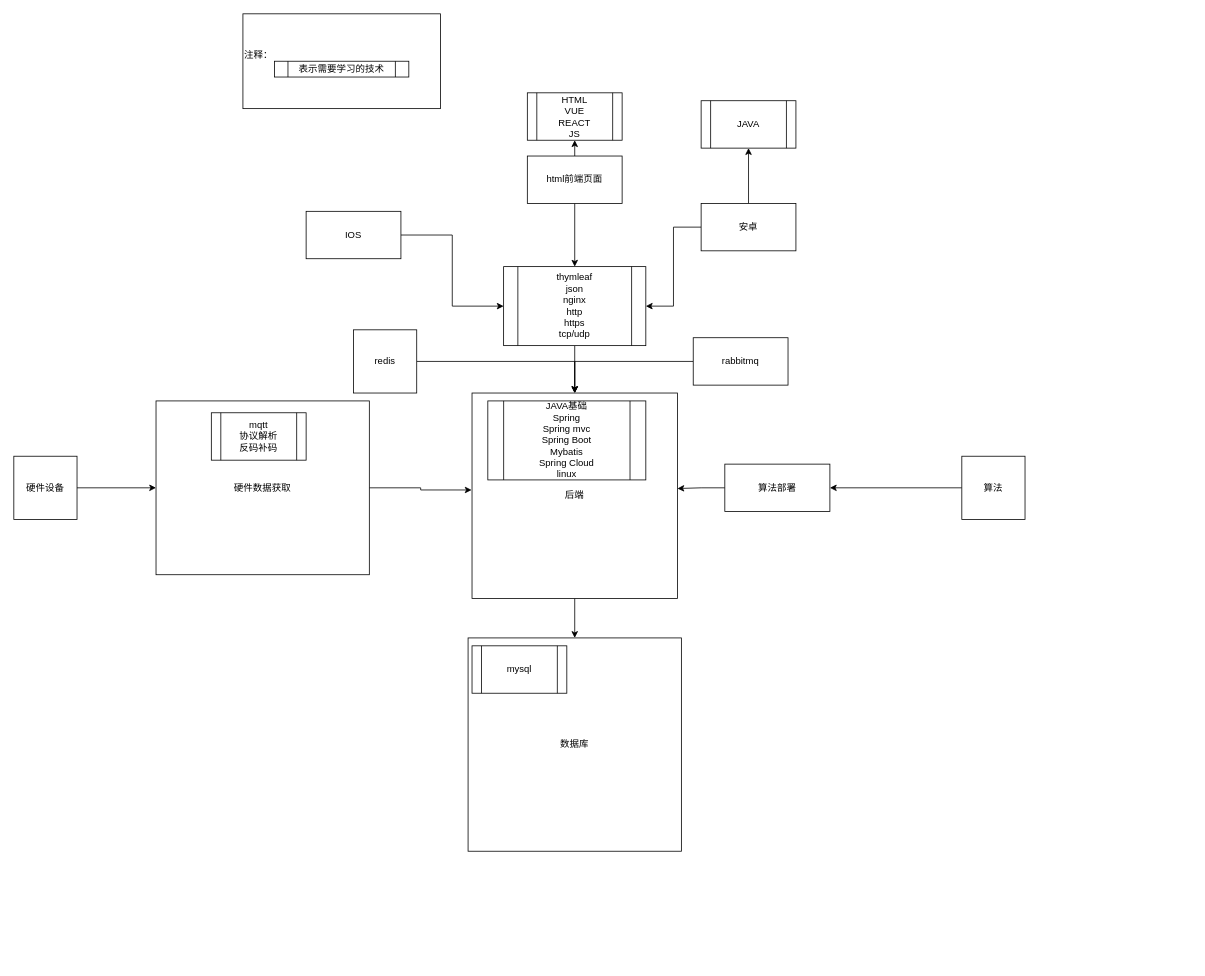
This is 知识架构.drawio from heibaike123/-, a draw.io file, before an edit. Source tidied: cells renumbered, new cells numbered last; positions are measured from the earlier drawing's top-left corner, leaving out a move shared by most shapes. Both pictures are drawn from the tidied source at 79%, with x=0, y=0 at pixel (13, 13).
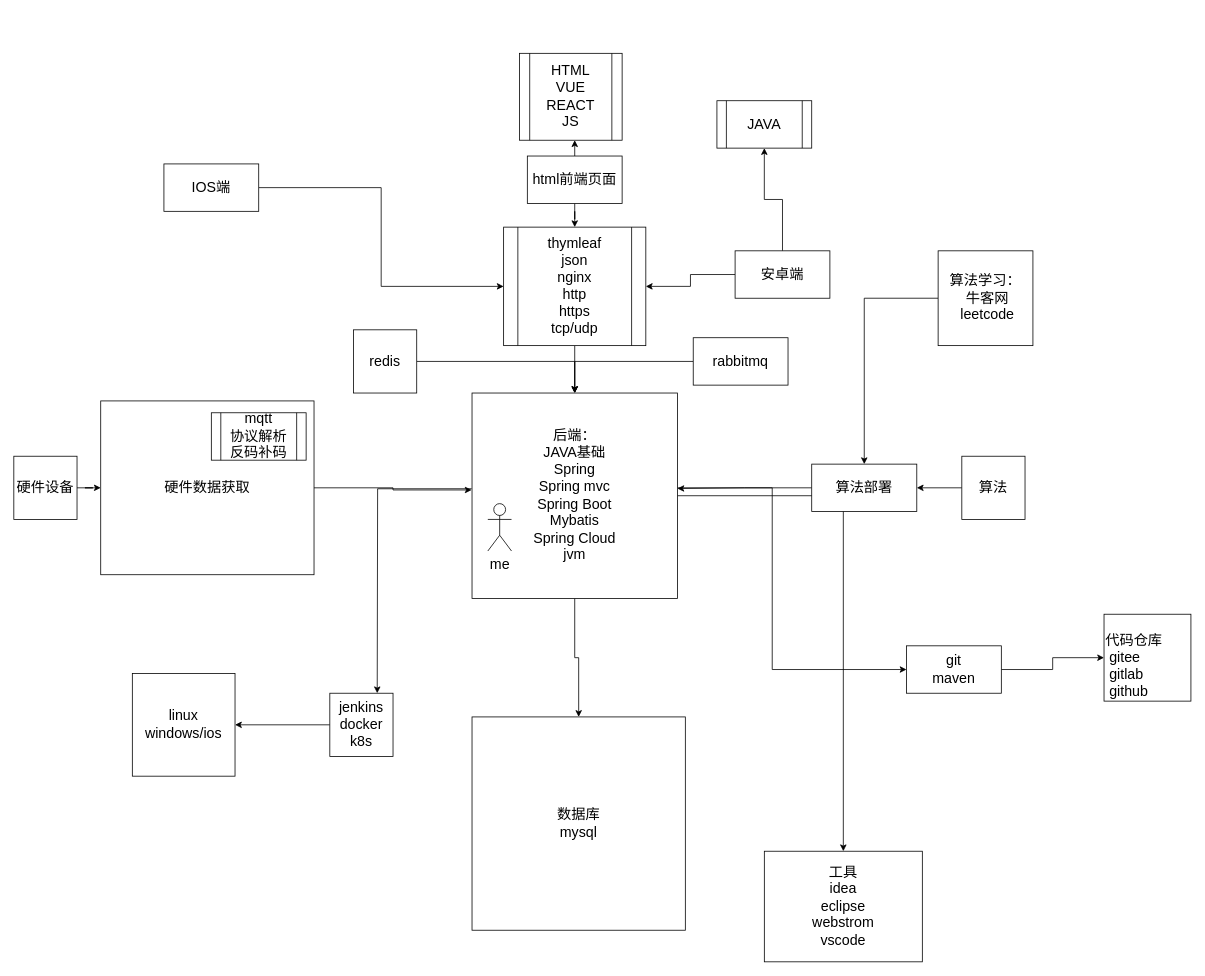
The same diagram, later.

Commit message:
更新知识架构.drawio

Change to the diagram source:
```diff
@@
-    <mxCell id="2" style="edgeStyle=orthogonalEdgeStyle;rounded=0;jettySize=auto;html=1;" parent="1" edge="1" source="4">
+    <mxCell id="2" style="edgeStyle=orthogonalEdgeStyle;rounded=0;jettySize=auto;html=1;fontSize=18;" parent="1" edge="1" source="4">
       <mxGeometry relative="1" as="geometry">
         <mxPoint x="710" y="160" as="targetPoint" />
       </mxGeometry>
     </mxCell>
-    <mxCell id="3" style="edgeStyle=orthogonalEdgeStyle;rounded=0;jettySize=auto;html=1;" parent="1" edge="1" source="4" target="16">
+    <mxCell id="3" style="edgeStyle=orthogonalEdgeStyle;rounded=0;jettySize=auto;html=1;fontSize=18;" parent="1" edge="1" source="4" target="16">
       <mxGeometry relative="1" as="geometry" />
     </mxCell>
-    <mxCell id="4" value="html前端页面" style="rounded=0;whiteSpace=wrap;html=1;" parent="1" vertex="1">
+    <mxCell id="4" value="html前端页面" style="rounded=0;whiteSpace=wrap;html=1;fontSize=18;" parent="1" vertex="1">
       <mxGeometry x="650" y="180" width="120" height="60" as="geometry" />
     </mxCell>
-    <mxCell id="5" style="edgeStyle=orthogonalEdgeStyle;rounded=0;jettySize=auto;html=1;" parent="1" edge="1" source="7" target="13">
+    <mxCell id="5" style="edgeStyle=orthogonalEdgeStyle;rounded=0;jettySize=auto;html=1;fontSize=18;" parent="1" edge="1" source="7" target="13">
       <mxGeometry relative="1" as="geometry" />
     </mxCell>
-    <mxCell id="6" style="edgeStyle=orthogonalEdgeStyle;rounded=0;jettySize=auto;html=1;entryX=1;entryY=0.5;entryDx=0;entryDy=0;" parent="1" edge="1" source="7" target="16">
+    <mxCell id="6" style="edgeStyle=orthogonalEdgeStyle;rounded=0;jettySize=auto;html=1;entryX=1;entryY=0.5;entryDx=0;entryDy=0;fontSize=18;" parent="1" edge="1" source="7" target="16">
       <mxGeometry relative="1" as="geometry" />
     </mxCell>
-    <mxCell id="7" value="安卓" style="rounded=0;whiteSpace=wrap;html=1;" parent="1" vertex="1">
-      <mxGeometry x="870" y="240" width="120" height="60" as="geometry" />
+    <mxCell id="7" value="安卓端" style="rounded=0;whiteSpace=wrap;html=1;fontSize=18;" parent="1" vertex="1">
+      <mxGeometry x="913" y="300" width="120" height="60" as="geometry" />
     </mxCell>
-    <mxCell id="8" style="edgeStyle=orthogonalEdgeStyle;rounded=0;jettySize=auto;html=1;entryX=0;entryY=0.5;entryDx=0;entryDy=0;" parent="1" edge="1" source="9" target="16">
+    <mxCell id="8" style="edgeStyle=orthogonalEdgeStyle;rounded=0;jettySize=auto;html=1;entryX=0;entryY=0.5;entryDx=0;entryDy=0;fontSize=18;" parent="1" edge="1" source="9" target="16">
       <mxGeometry relative="1" as="geometry" />
     </mxCell>
-    <mxCell id="9" value="IOS" style="rounded=0;whiteSpace=wrap;html=1;" parent="1" vertex="1">
-      <mxGeometry x="370" y="250" width="120" height="60" as="geometry" />
+    <mxCell id="9" value="IOS端" style="rounded=0;whiteSpace=wrap;html=1;fontSize=18;" parent="1" vertex="1">
+      <mxGeometry x="190" y="190" width="120" height="60" as="geometry" />
     </mxCell>
-    <mxCell id="10" style="edgeStyle=orthogonalEdgeStyle;rounded=0;jettySize=auto;html=1;" parent="1" edge="1" source="11" target="14">
+    <mxCell id="10" style="edgeStyle=orthogonalEdgeStyle;rounded=0;jettySize=auto;html=1;fontSize=18;" parent="1" edge="1" source="11" target="14">
       <mxGeometry relative="1" as="geometry" />
     </mxCell>
+    <mxCell id="34" style="edgeStyle=orthogonalEdgeStyle;rounded=0;jettySize=auto;html=1;fontSize=18;entryX=0;entryY=0.5;entryDx=0;entryDy=0;" parent="1" edge="1" source="11" target="40">
+      <mxGeometry relative="1" as="geometry">
+        <Array as="points">
+          <mxPoint x="960" y="600" />
+          <mxPoint x="960" y="830" />
+        </Array>
+      </mxGeometry>
+    </mxCell>
+    <mxCell id="35" style="edgeStyle=orthogonalEdgeStyle;rounded=0;jettySize=auto;html=1;exitX=-0.002;exitY=0.466;exitDx=0;exitDy=0;exitPerimeter=0;fontSize=18;" parent="1" edge="1" source="11">
+      <mxGeometry relative="1" as="geometry">
+        <mxPoint x="460" y="860" as="targetPoint" />
+      </mxGeometry>
+    </mxCell>
+    <mxCell id="36" style="edgeStyle=orthogonalEdgeStyle;rounded=0;jettySize=auto;html=1;fontSize=18;" parent="1" edge="1" source="11" target="46">
+      <mxGeometry relative="1" as="geometry" />
+    </mxCell>
-    <mxCell id="11" value="后端" style="whiteSpace=wrap;html=1;" parent="1" vertex="1">
+    <mxCell id="11" value="&lt;font style=&quot;font-size: 18px;&quot;&gt;后端：&lt;br style=&quot;font-size: 18px;&quot;&gt;JAVA基础&lt;br style=&quot;border-color: var(--border-color); font-size: 18px;&quot;&gt;Spring&lt;br style=&quot;border-color: var(--border-color); font-size: 18px;&quot;&gt;Spring mvc&lt;br style=&quot;border-color: var(--border-color); font-size: 18px;&quot;&gt;Spring Boot&lt;br style=&quot;border-color: var(--border-color); font-size: 18px;&quot;&gt;Mybatis&lt;br style=&quot;border-color: var(--border-color); font-size: 18px;&quot;&gt;Spring Cloud&lt;br style=&quot;border-color: var(--border-color); font-size: 18px;&quot;&gt;jvm&lt;/font&gt;" style="whiteSpace=wrap;html=1;align=center;fontSize=18;" parent="1" vertex="1">
       <mxGeometry x="580" y="480" width="260" height="260" as="geometry" />
     </mxCell>
-    <mxCell id="12" value="HTML&lt;br&gt;VUE&lt;br&gt;REACT&lt;br&gt;JS&lt;br&gt;" style="shape=process;whiteSpace=wrap;html=1;backgroundOutline=1;" parent="1" vertex="1">
-      <mxGeometry x="650" y="100" width="120" height="60" as="geometry" />
+    <mxCell id="12" value="HTML&lt;br style=&quot;font-size: 18px;&quot;&gt;VUE&lt;br style=&quot;font-size: 18px;&quot;&gt;REACT&lt;br style=&quot;font-size: 18px;&quot;&gt;JS&lt;br style=&quot;font-size: 18px;&quot;&gt;" style="shape=process;whiteSpace=wrap;html=1;backgroundOutline=1;fontSize=18;" parent="1" vertex="1">
+      <mxGeometry x="640" y="50" width="130" height="110" as="geometry" />
     </mxCell>
-    <mxCell id="13" value="JAVA" style="shape=process;whiteSpace=wrap;html=1;backgroundOutline=1;" parent="1" vertex="1">
-      <mxGeometry x="870" y="110" width="120" height="60" as="geometry" />
+    <mxCell id="13" value="JAVA" style="shape=process;whiteSpace=wrap;html=1;backgroundOutline=1;fontSize=18;" parent="1" vertex="1">
+      <mxGeometry x="890" y="110" width="120" height="60" as="geometry" />
     </mxCell>
-    <mxCell id="14" value="数据库" style="whiteSpace=wrap;html=1;" parent="1" vertex="1">
-      <mxGeometry x="575" y="790" width="270" height="270" as="geometry" />
+    <mxCell id="14" value="数据库&lt;br&gt;mysql" style="whiteSpace=wrap;html=1;fontSize=18;" parent="1" vertex="1">
+      <mxGeometry x="580" y="890" width="270" height="270" as="geometry" />
     </mxCell>
-    <mxCell id="15" style="edgeStyle=orthogonalEdgeStyle;rounded=0;jettySize=auto;html=1;" parent="1" edge="1" source="16" target="11">
+    <mxCell id="15" style="edgeStyle=orthogonalEdgeStyle;rounded=0;jettySize=auto;html=1;fontSize=18;" parent="1" edge="1" source="16" target="11">
       <mxGeometry relative="1" as="geometry" />
     </mxCell>
-    <mxCell id="16" value="thymleaf&lt;br&gt;json&lt;br&gt;nginx&lt;br&gt;http&lt;br&gt;https&lt;br&gt;tcp/udp" style="shape=process;whiteSpace=wrap;html=1;backgroundOutline=1;" parent="1" vertex="1">
-      <mxGeometry x="620" y="320" width="180" height="100" as="geometry" />
+    <mxCell id="16" value="thymleaf&lt;br style=&quot;font-size: 18px;&quot;&gt;json&lt;br style=&quot;font-size: 18px;&quot;&gt;nginx&lt;br style=&quot;font-size: 18px;&quot;&gt;http&lt;br style=&quot;font-size: 18px;&quot;&gt;https&lt;br style=&quot;font-size: 18px;&quot;&gt;tcp/udp" style="shape=process;whiteSpace=wrap;html=1;backgroundOutline=1;fontSize=18;" parent="1" vertex="1">
+      <mxGeometry x="620" y="270" width="180" height="150" as="geometry" />
     </mxCell>
-    <mxCell id="17" value="JAVA基础&lt;br&gt;Spring&lt;br&gt;Spring mvc&lt;br&gt;Spring Boot&lt;br&gt;Mybatis&lt;br&gt;Spring Cloud&lt;br&gt;linux" style="shape=process;whiteSpace=wrap;html=1;backgroundOutline=1;" parent="1" vertex="1">
-      <mxGeometry x="600" y="490" width="200" height="100" as="geometry" />
-    </mxCell>
-    <mxCell id="18" value="mysql" style="shape=process;whiteSpace=wrap;html=1;backgroundOutline=1;" parent="1" vertex="1">
-      <mxGeometry x="580" y="800" width="120" height="60" as="geometry" />
-    </mxCell>
-    <mxCell id="19" style="edgeStyle=orthogonalEdgeStyle;rounded=0;jettySize=auto;html=1;entryX=0.5;entryY=0;entryDx=0;entryDy=0;" parent="1" edge="1" source="20" target="11">
+    <mxCell id="19" style="edgeStyle=orthogonalEdgeStyle;rounded=0;jettySize=auto;html=1;entryX=0.5;entryY=0;entryDx=0;entryDy=0;fontSize=18;" parent="1" edge="1" source="20" target="11">
       <mxGeometry relative="1" as="geometry" />
     </mxCell>
-    <mxCell id="20" value="redis" style="whiteSpace=wrap;html=1;" parent="1" vertex="1">
+    <mxCell id="20" value="redis" style="whiteSpace=wrap;html=1;fontSize=18;" parent="1" vertex="1">
       <mxGeometry x="430" y="400" width="80" height="80" as="geometry" />
     </mxCell>
-    <mxCell id="21" style="edgeStyle=orthogonalEdgeStyle;rounded=0;jettySize=auto;html=1;entryX=0.5;entryY=0;entryDx=0;entryDy=0;" parent="1" edge="1" source="22" target="11">
+    <mxCell id="21" style="edgeStyle=orthogonalEdgeStyle;rounded=0;jettySize=auto;html=1;entryX=0.5;entryY=0;entryDx=0;entryDy=0;fontSize=18;" parent="1" edge="1" source="22" target="11">
       <mxGeometry relative="1" as="geometry" />
     </mxCell>
-    <mxCell id="22" value="rabbitmq" style="rounded=0;whiteSpace=wrap;html=1;" parent="1" vertex="1">
+    <mxCell id="22" value="rabbitmq" style="rounded=0;whiteSpace=wrap;html=1;fontSize=18;" parent="1" vertex="1">
       <mxGeometry x="860" y="410" width="120" height="60" as="geometry" />
     </mxCell>
-    <mxCell id="23" style="edgeStyle=orthogonalEdgeStyle;rounded=0;jettySize=auto;html=1;entryX=1;entryY=0.465;entryDx=0;entryDy=0;entryPerimeter=0;" parent="1" edge="1" source="24" target="11">
+    <mxCell id="23" style="edgeStyle=orthogonalEdgeStyle;rounded=0;jettySize=auto;html=1;entryX=1;entryY=0.465;entryDx=0;entryDy=0;entryPerimeter=0;fontSize=18;" parent="1" edge="1" source="24" target="11">
       <mxGeometry relative="1" as="geometry" />
     </mxCell>
-    <mxCell id="24" value="算法部署" style="rounded=0;whiteSpace=wrap;html=1;" parent="1" vertex="1">
-      <mxGeometry x="900" y="570" width="133" height="60" as="geometry" />
+    <mxCell id="24" value="算法部署" style="rounded=0;whiteSpace=wrap;html=1;fontSize=18;" parent="1" vertex="1">
+      <mxGeometry x="1010" y="570" width="133" height="60" as="geometry" />
     </mxCell>
-    <mxCell id="25" style="edgeStyle=orthogonalEdgeStyle;rounded=0;jettySize=auto;html=1;entryX=-0.002;entryY=0.472;entryDx=0;entryDy=0;entryPerimeter=0;" parent="1" edge="1" source="26" target="11">
+    <mxCell id="25" style="edgeStyle=orthogonalEdgeStyle;rounded=0;jettySize=auto;html=1;entryX=-0.002;entryY=0.472;entryDx=0;entryDy=0;entryPerimeter=0;fontSize=18;" parent="1" edge="1" source="26" target="11">
       <mxGeometry relative="1" as="geometry" />
     </mxCell>
-    <mxCell id="26" value="硬件数据获取" style="rounded=0;whiteSpace=wrap;html=1;" parent="1" vertex="1">
-      <mxGeometry x="180" y="490" width="270" height="220" as="geometry" />
+    <mxCell id="26" value="硬件数据获取" style="rounded=0;whiteSpace=wrap;html=1;fontSize=18;" parent="1" vertex="1">
+      <mxGeometry x="110" y="490" width="270" height="220" as="geometry" />
     </mxCell>
-    <mxCell id="27" style="edgeStyle=orthogonalEdgeStyle;rounded=0;jettySize=auto;html=1;" parent="1" edge="1" source="28" target="26">
+    <mxCell id="27" style="edgeStyle=orthogonalEdgeStyle;rounded=0;jettySize=auto;html=1;fontSize=18;" parent="1" edge="1" source="28" target="26">
       <mxGeometry relative="1" as="geometry" />
     </mxCell>
-    <mxCell id="28" value="硬件设备" style="whiteSpace=wrap;html=1;" parent="1" vertex="1">
+    <mxCell id="28" value="硬件设备" style="whiteSpace=wrap;html=1;fontSize=18;" parent="1" vertex="1">
       <mxGeometry y="560" width="80" height="80" as="geometry" />
     </mxCell>
-    <mxCell id="29" value="mqtt&lt;br&gt;协议解析&lt;br&gt;反码补码" style="shape=process;whiteSpace=wrap;html=1;backgroundOutline=1;" parent="1" vertex="1">
+    <mxCell id="29" value="mqtt&lt;br style=&quot;font-size: 18px;&quot;&gt;协议解析&lt;br style=&quot;font-size: 18px;&quot;&gt;反码补码" style="shape=process;whiteSpace=wrap;html=1;backgroundOutline=1;fontSize=18;" parent="1" vertex="1">
       <mxGeometry x="250" y="505" width="120" height="60" as="geometry" />
     </mxCell>
-    <mxCell id="30" style="edgeStyle=orthogonalEdgeStyle;rounded=0;jettySize=auto;html=1;" parent="1" edge="1" source="31" target="24">
+    <mxCell id="30" style="edgeStyle=orthogonalEdgeStyle;rounded=0;jettySize=auto;html=1;fontSize=18;" parent="1" edge="1" source="31" target="24">
       <mxGeometry relative="1" as="geometry" />
     </mxCell>
-    <mxCell id="31" value="算法" style="whiteSpace=wrap;html=1;" parent="1" vertex="1">
+    <mxCell id="31" value="算法" style="whiteSpace=wrap;html=1;fontSize=18;" parent="1" vertex="1">
       <mxGeometry x="1200" y="560" width="80" height="80" as="geometry" />
     </mxCell>
-    <mxCell id="32" value="注释：&lt;br&gt;&lt;span style=&quot;white-space: pre;&quot;&gt; &lt;/span&gt;" style="rounded=0;whiteSpace=wrap;html=1;align=left;" parent="1" vertex="1">
-      <mxGeometry x="290" width="250" height="120" as="geometry" />
-    </mxCell>
-    <mxCell id="33" value="表示需要学习的技术" style="shape=process;whiteSpace=wrap;html=1;backgroundOutline=1;" parent="1" vertex="1">
-      <mxGeometry x="330" y="60" width="170" height="20" as="geometry" />
-    </mxCell>
+    <mxCell id="37" value="me" style="shape=umlActor;verticalLabelPosition=bottom;verticalAlign=top;html=1;fontSize=18;" parent="1" vertex="1">
+      <mxGeometry x="600" y="620" width="30" height="60" as="geometry" />
+    </mxCell>
+    <mxCell id="38" value="&lt;br style=&quot;font-size: 18px;&quot;&gt;代码仓库&lt;br style=&quot;font-size: 18px;&quot;&gt;&lt;span style=&quot;white-space: pre; font-size: 18px;&quot;&gt; &lt;/span&gt;gitee&lt;br style=&quot;font-size: 18px;&quot;&gt;&lt;span style=&quot;white-space: pre; font-size: 18px;&quot;&gt; &lt;/span&gt;gitlab&lt;br style=&quot;font-size: 18px;&quot;&gt;&lt;span style=&quot;white-space: pre; font-size: 18px;&quot;&gt; &lt;/span&gt;github" style="whiteSpace=wrap;html=1;align=left;fontSize=18;" parent="1" vertex="1">
+      <mxGeometry x="1380" y="760" width="110" height="110" as="geometry" />
+    </mxCell>
+    <mxCell id="39" style="edgeStyle=orthogonalEdgeStyle;rounded=0;jettySize=auto;html=1;entryX=0;entryY=0.5;entryDx=0;entryDy=0;fontSize=18;" parent="1" edge="1" source="40" target="38">
+      <mxGeometry relative="1" as="geometry" />
+    </mxCell>
+    <mxCell id="40" value="git&lt;br style=&quot;font-size: 18px;&quot;&gt;maven" style="rounded=0;whiteSpace=wrap;html=1;fontSize=18;" parent="1" vertex="1">
+      <mxGeometry x="1130" y="800" width="120" height="60" as="geometry" />
+    </mxCell>
+    <mxCell id="41" value="linux&lt;br style=&quot;font-size: 18px;&quot;&gt;windows/ios&lt;br style=&quot;font-size: 18px;&quot;&gt;" style="whiteSpace=wrap;html=1;fontSize=18;" parent="1" vertex="1">
+      <mxGeometry x="150" y="835" width="130" height="130" as="geometry" />
+    </mxCell>
+    <mxCell id="42" style="edgeStyle=orthogonalEdgeStyle;rounded=0;jettySize=auto;html=1;entryX=1;entryY=0.5;entryDx=0;entryDy=0;fontSize=18;" parent="1" edge="1" source="43" target="41">
+      <mxGeometry relative="1" as="geometry" />
+    </mxCell>
+    <mxCell id="43" value="jenkins&lt;br style=&quot;font-size: 18px;&quot;&gt;docker&lt;br style=&quot;font-size: 18px;&quot;&gt;k8s" style="whiteSpace=wrap;html=1;fontSize=18;" parent="1" vertex="1">
+      <mxGeometry x="400" y="860" width="80" height="80" as="geometry" />
+    </mxCell>
+    <mxCell id="44" style="edgeStyle=orthogonalEdgeStyle;rounded=0;jettySize=auto;html=1;fontSize=18;" parent="1" edge="1" source="45" target="24">
+      <mxGeometry relative="1" as="geometry" />
+    </mxCell>
+    <mxCell id="45" value="算法学习：&lt;br style=&quot;font-size: 18px;&quot;&gt;&lt;span style=&quot;white-space: pre; font-size: 18px;&quot;&gt; &lt;/span&gt;牛客网&lt;br style=&quot;font-size: 18px;&quot;&gt;&lt;span style=&quot;white-space: pre; font-size: 18px;&quot;&gt; &lt;/span&gt;leetcode" style="whiteSpace=wrap;html=1;fontSize=18;" parent="1" vertex="1">
+      <mxGeometry x="1170" y="300" width="120" height="120" as="geometry" />
+    </mxCell>
+    <mxCell id="46" value="工具&lt;br&gt;idea&lt;br&gt;eclipse&lt;br&gt;webstrom&lt;br&gt;vscode" style="rounded=0;whiteSpace=wrap;html=1;fontSize=18;" parent="1" vertex="1">
+      <mxGeometry x="950" y="1060" width="200" height="140" as="geometry" />
+    </mxCell>
```
